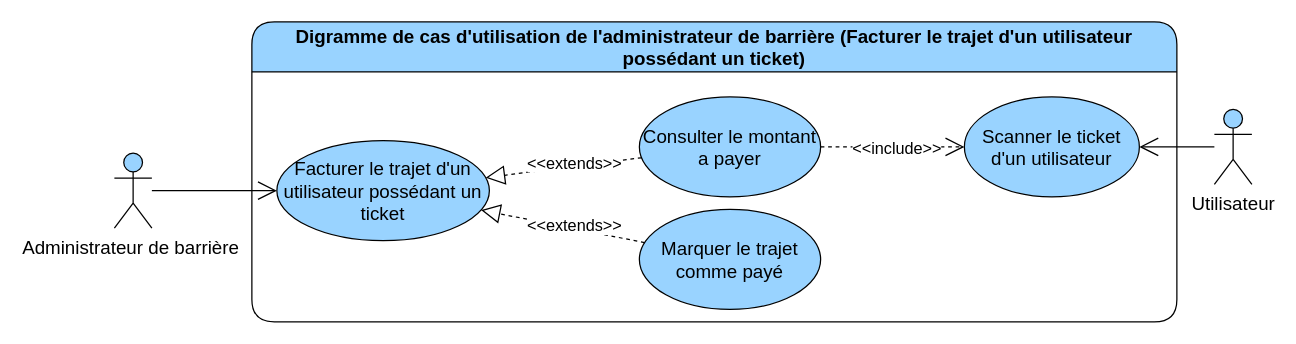
Earlier version of the draw.io diagram page "facturer un utilisateur possedant un ticket" (2 of 2) of diagrams/use-case/administrateur-de-barriere.drawio (devlotfi/peage-pay). Source tidied: cells renumbered, new cells numbered last; positions are measured from the earlier drawing's top-left corner, leaving out a move shared by most shapes. Both pictures are drawn from the tidied source at 125%, with x=0, y=0 at pixel (114, 21).
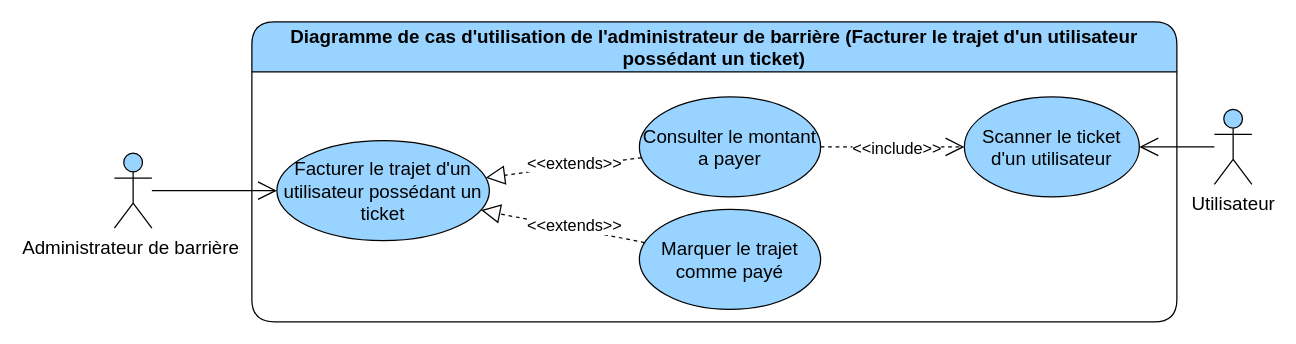
After the change.

What changed in the source:
```diff
@@
 <mxGraphModel>
   <root>
     <mxCell id="0" />
     <mxCell id="1" parent="0" />
-    <mxCell id="2" value="Digramme de cas d'utilisation de l'administrateur de&amp;nbsp;barrière&amp;nbsp;(Facturer le trajet d'un utilisateur possédant un ticket)" style="swimlane;whiteSpace=wrap;html=1;rounded=1;fillColor=#99D3FF;fontSize=15;startSize=40;" parent="1" vertex="1">
+    <mxCell id="2" value="Diagramme de cas d'utilisation de l'administrateur de&amp;nbsp;barrière&amp;nbsp;(Facturer le trajet d'un utilisateur possédant un ticket)" style="swimlane;whiteSpace=wrap;html=1;rounded=1;fillColor=#99D3FF;fontSize=15;startSize=40;" parent="1" vertex="1">
       <mxGeometry x="110" width="740" height="240" as="geometry" />
     </mxCell>
     <mxCell id="3" value="Facturer le trajet d'un utilisateur possédant un ticket" style="ellipse;whiteSpace=wrap;html=1;strokeColor=default;align=center;verticalAlign=middle;fontFamily=Helvetica;fontSize=15;fontColor=default;fillColor=#99D3FF;" parent="2" vertex="1">
       <mxGeometry x="20" y="95" width="170" height="80" as="geometry" />
     </mxCell>
     <mxCell id="4" style="edgeStyle=none;rounded=0;jettySize=auto;html=1;dashed=1;strokeColor=default;align=center;verticalAlign=middle;fontFamily=Helvetica;fontSize=15;fontColor=default;labelBackgroundColor=default;startSize=6;endArrow=open;endFill=0;endSize=13;" parent="2" edge="1" source="6" target="9">
       <mxGeometry relative="1" as="geometry" />
     </mxCell>
     <mxCell id="5" value="&amp;lt;&amp;lt;include&amp;gt;&amp;gt;" style="edgeLabel;html=1;align=center;verticalAlign=middle;strokeColor=default;fontFamily=Helvetica;fontSize=13;fontColor=default;labelBackgroundColor=default;fillColor=#99D3FF;" parent="4" vertex="1">
       <mxGeometry x="-0.16" y="3" relative="1" as="geometry">
         <mxPoint x="12" y="3" as="offset" />
       </mxGeometry>
     </mxCell>
     <mxCell id="6" value="Consulter le montant a payer" style="ellipse;whiteSpace=wrap;html=1;strokeColor=default;align=center;verticalAlign=middle;fontFamily=Helvetica;fontSize=15;fontColor=default;fillColor=#99D3FF;" parent="2" vertex="1">
       <mxGeometry x="310" y="60" width="145" height="80" as="geometry" />
     </mxCell>
     <mxCell id="7" style="edgeStyle=none;rounded=0;jettySize=auto;html=1;dashed=1;strokeColor=default;align=center;verticalAlign=middle;fontFamily=Helvetica;fontSize=15;fontColor=default;labelBackgroundColor=default;startSize=6;endArrow=block;endFill=0;endSize=13;" parent="2" edge="1" source="6" target="3">
       <mxGeometry relative="1" as="geometry" />
     </mxCell>
     <mxCell id="8" value="&amp;lt;&amp;lt;extends&amp;gt;&amp;gt;" style="edgeLabel;html=1;align=center;verticalAlign=middle;strokeColor=default;fontFamily=Helvetica;fontSize=13;fontColor=default;labelBackgroundColor=default;fillColor=#99D3FF;" parent="7" vertex="1">
       <mxGeometry x="-0.12" y="-3" relative="1" as="geometry">
         <mxPoint x="1" as="offset" />
       </mxGeometry>
     </mxCell>
     <mxCell id="9" value="Scanner le ticket d'un utilisateur" style="ellipse;whiteSpace=wrap;html=1;strokeColor=default;align=center;verticalAlign=middle;fontFamily=Helvetica;fontSize=15;fontColor=default;fillColor=#99D3FF;" parent="2" vertex="1">
       <mxGeometry x="570" y="60" width="140" height="80" as="geometry" />
     </mxCell>
     <mxCell id="10" value="Marquer le trajet comme payé" style="ellipse;whiteSpace=wrap;html=1;strokeColor=default;align=center;verticalAlign=middle;fontFamily=Helvetica;fontSize=15;fontColor=default;fillColor=#99D3FF;" parent="2" vertex="1">
       <mxGeometry x="310" y="150" width="145" height="80" as="geometry" />
     </mxCell>
     <mxCell id="11" style="edgeStyle=none;rounded=0;jettySize=auto;html=1;dashed=1;strokeColor=default;align=center;verticalAlign=middle;fontFamily=Helvetica;fontSize=15;fontColor=default;labelBackgroundColor=default;startSize=6;endArrow=block;endFill=0;endSize=13;" parent="2" edge="1" source="10" target="3">
       <mxGeometry relative="1" as="geometry" />
     </mxCell>
     <mxCell id="12" value="&amp;lt;&amp;lt;extends&amp;gt;&amp;gt;" style="edgeLabel;html=1;align=center;verticalAlign=middle;strokeColor=default;fontFamily=Helvetica;fontSize=13;fontColor=default;labelBackgroundColor=default;fillColor=#99D3FF;" parent="11" vertex="1">
       <mxGeometry x="-0.12" y="-3" relative="1" as="geometry">
         <mxPoint x="1" as="offset" />
       </mxGeometry>
     </mxCell>
     <mxCell id="13" style="rounded=0;jettySize=auto;html=1;fontFamily=Helvetica;fontSize=15;fontColor=default;endArrow=open;endFill=0;startSize=6;endSize=13;" parent="1" edge="1" source="14" target="3">
       <mxGeometry relative="1" as="geometry" />
     </mxCell>
     <mxCell id="14" value="Administrateur&amp;nbsp;de&amp;nbsp;barrière&amp;nbsp;" style="shape=umlActor;verticalLabelPosition=bottom;verticalAlign=top;html=1;outlineConnect=0;strokeColor=default;align=center;fontFamily=Helvetica;fontSize=15;fontColor=default;fillColor=#99D3FF;" parent="1" vertex="1">
       <mxGeometry y="105" width="30" height="60" as="geometry" />
     </mxCell>
     <mxCell id="15" value="Utilisateur" style="shape=umlActor;verticalLabelPosition=bottom;verticalAlign=top;html=1;outlineConnect=0;strokeColor=default;align=center;fontFamily=Helvetica;fontSize=15;fontColor=default;fillColor=#99D3FF;" parent="1" vertex="1">
       <mxGeometry x="880" y="70" width="30" height="60" as="geometry" />
     </mxCell>
     <mxCell id="16" style="rounded=0;jettySize=auto;html=1;fontFamily=Helvetica;fontSize=15;fontColor=default;endArrow=open;endFill=0;startSize=6;endSize=13;" parent="1" edge="1" source="15" target="9">
       <mxGeometry relative="1" as="geometry" />
     </mxCell>
   </root>
 </mxGraphModel>
```
